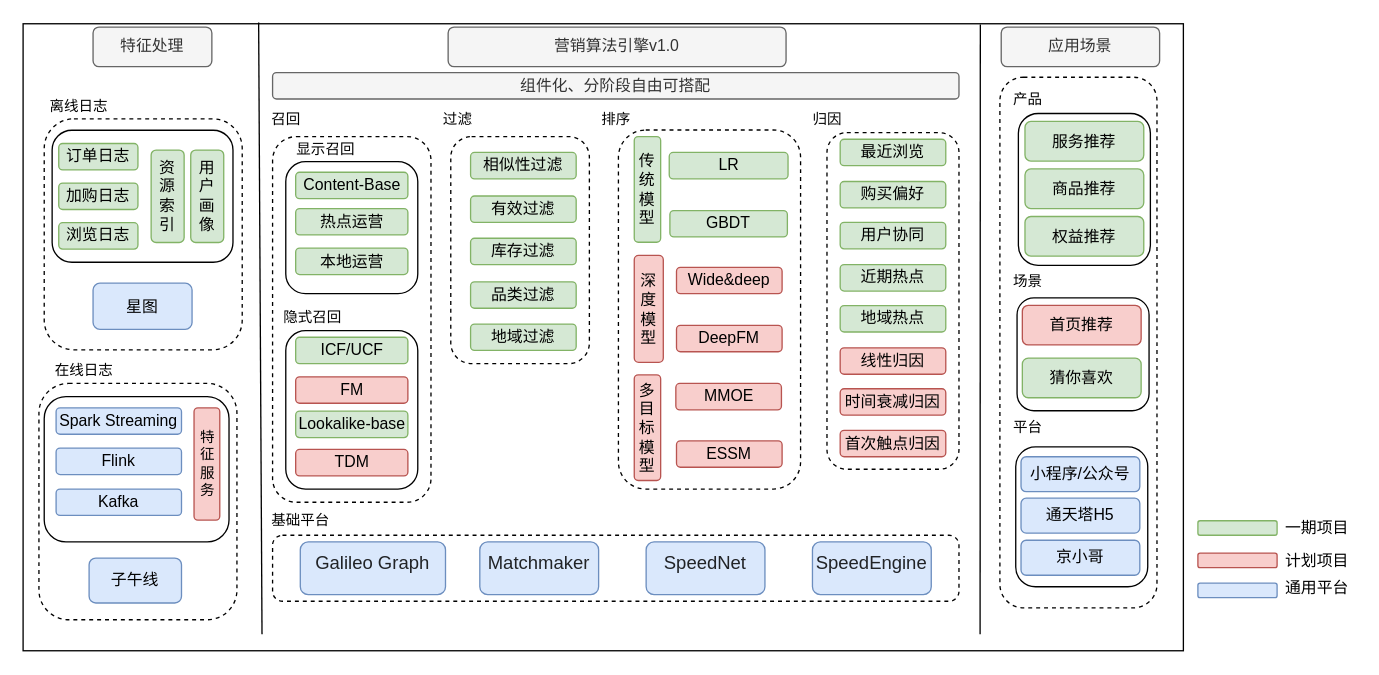
Earlier version of the draw.io diagram Untitled Diagram.drawio (JintaiYang/Ad-papers). Source tidied: cells renumbered, new cells numbered last; positions are measured from the earlier drawing's top-left corner, leaving out a move shared by most shapes. Both pictures are drawn from the tidied source at 132%, with x=0, y=0 at pixel (22, 22).
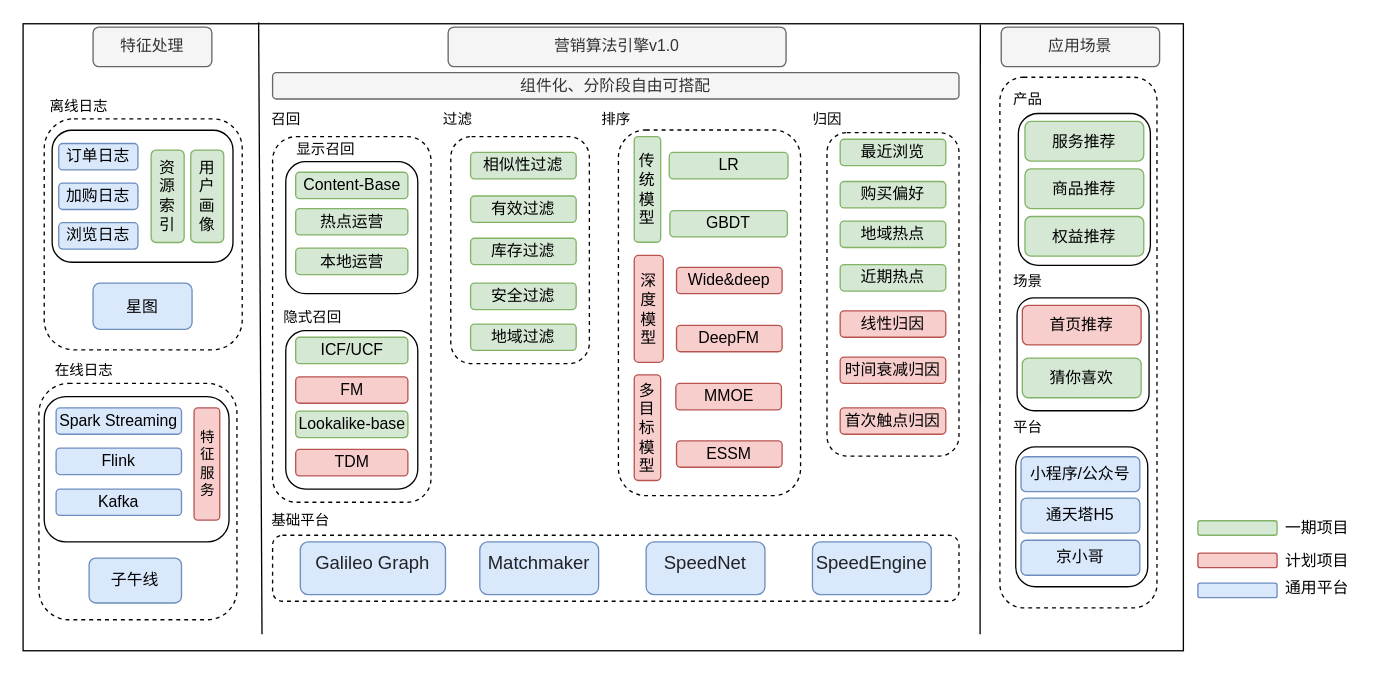
Above is the later version.

The edit, as a diff of the source:
```diff
@@
     <mxCell id="3" style="rounded=1;whiteSpace=wrap;html=1;dashed=1;fontSize=11;fillColor=none;" parent="1" vertex="1">
-      <mxGeometry x="609" y="83" width="100" height="255" as="geometry" />
+      <mxGeometry x="609" y="83" width="100" height="245" as="geometry" />
     </mxCell>
     <mxCell id="4" style="rounded=1;whiteSpace=wrap;html=1;fontSize=11;fillColor=none;dashed=1;" parent="1" vertex="1">
-      <mxGeometry x="451" y="81" width="138" height="272" as="geometry" />
+      <mxGeometry x="451" y="81" width="138" height="277" as="geometry" />
     </mxCell>
@@
-    <mxCell id="33" value="订单日志" style="rounded=1;whiteSpace=wrap;html=1;fillColor=#d5e8d4;strokeColor=#82b366;" parent="1" vertex="1">
+    <mxCell id="33" value="订单日志" style="rounded=1;whiteSpace=wrap;html=1;fillColor=#dae8fc;strokeColor=#6c8ebf;" parent="1" vertex="1">
       <mxGeometry x="27" y="91.2" width="60" height="20" as="geometry" />
     </mxCell>
-    <mxCell id="34" value="浏览日志" style="rounded=1;whiteSpace=wrap;html=1;fillColor=#d5e8d4;strokeColor=#82b366;" parent="1" vertex="1">
+    <mxCell id="34" value="浏览日志" style="rounded=1;whiteSpace=wrap;html=1;fillColor=#dae8fc;strokeColor=#6c8ebf;" parent="1" vertex="1">
       <mxGeometry x="27" y="151.2" width="60" height="20" as="geometry" />
     </mxCell>
@@
-    <mxCell id="40" value="品类过滤" style="rounded=1;whiteSpace=wrap;html=1;fillColor=#d5e8d4;flipH=1;flipV=1;strokeColor=#82b366;" parent="1" vertex="1">
-      <mxGeometry x="339" y="196" width="80" height="20" as="geometry" />
-    </mxCell>
@@
-    <mxCell id="51" value="加购日志" style="rounded=1;whiteSpace=wrap;html=1;fillColor=#d5e8d4;strokeColor=#82b366;" parent="1" vertex="1">
+    <mxCell id="51" value="加购日志" style="rounded=1;whiteSpace=wrap;html=1;fillColor=#dae8fc;strokeColor=#6c8ebf;" parent="1" vertex="1">
       <mxGeometry x="27" y="121.2" width="60" height="20" as="geometry" />
     </mxCell>
@@
-    <mxCell id="54" value="用户协同" style="rounded=1;whiteSpace=wrap;html=1;fillColor=#d5e8d4;strokeColor=#82b366;" parent="1" vertex="1">
-      <mxGeometry x="619" y="151" width="80" height="20" as="geometry" />
-    </mxCell>
@@
     <mxCell id="56" value="地域热点" style="rounded=1;whiteSpace=wrap;html=1;fillColor=#d5e8d4;strokeColor=#82b366;" parent="1" vertex="1">
-      <mxGeometry x="619" y="214" width="80" height="20" as="geometry" />
+      <mxGeometry x="619" y="150" width="80" height="20" as="geometry" />
     </mxCell>
@@
     <mxCell id="88" value="线性归因" style="rounded=1;whiteSpace=wrap;html=1;fillColor=#f8cecc;strokeColor=#b85450;" parent="1" vertex="1">
-      <mxGeometry x="619" y="246" width="80" height="20" as="geometry" />
+      <mxGeometry x="619" y="218" width="80" height="20" as="geometry" />
     </mxCell>
     <mxCell id="89" value="首次触点归因" style="rounded=1;whiteSpace=wrap;html=1;fillColor=#f8cecc;strokeColor=#b85450;" parent="1" vertex="1">
-      <mxGeometry x="619" y="308.5" width="80" height="20" as="geometry" />
+      <mxGeometry x="619" y="291.5" width="80" height="20" as="geometry" />
     </mxCell>
     <mxCell id="90" value="时间衰减归因" style="rounded=1;whiteSpace=wrap;html=1;fillColor=#f8cecc;strokeColor=#b85450;" parent="1" vertex="1">
-      <mxGeometry x="619" y="277" width="80" height="20" as="geometry" />
+      <mxGeometry x="619" y="253" width="80" height="20" as="geometry" />
     </mxCell>
@@
+    <mxCell id="97" value="安全过滤" style="rounded=1;whiteSpace=wrap;html=1;fillColor=#d5e8d4;flipH=1;flipV=1;strokeColor=#82b366;" parent="1" vertex="1">
+      <mxGeometry x="339" y="197" width="80" height="20" as="geometry" />
+    </mxCell>
```
